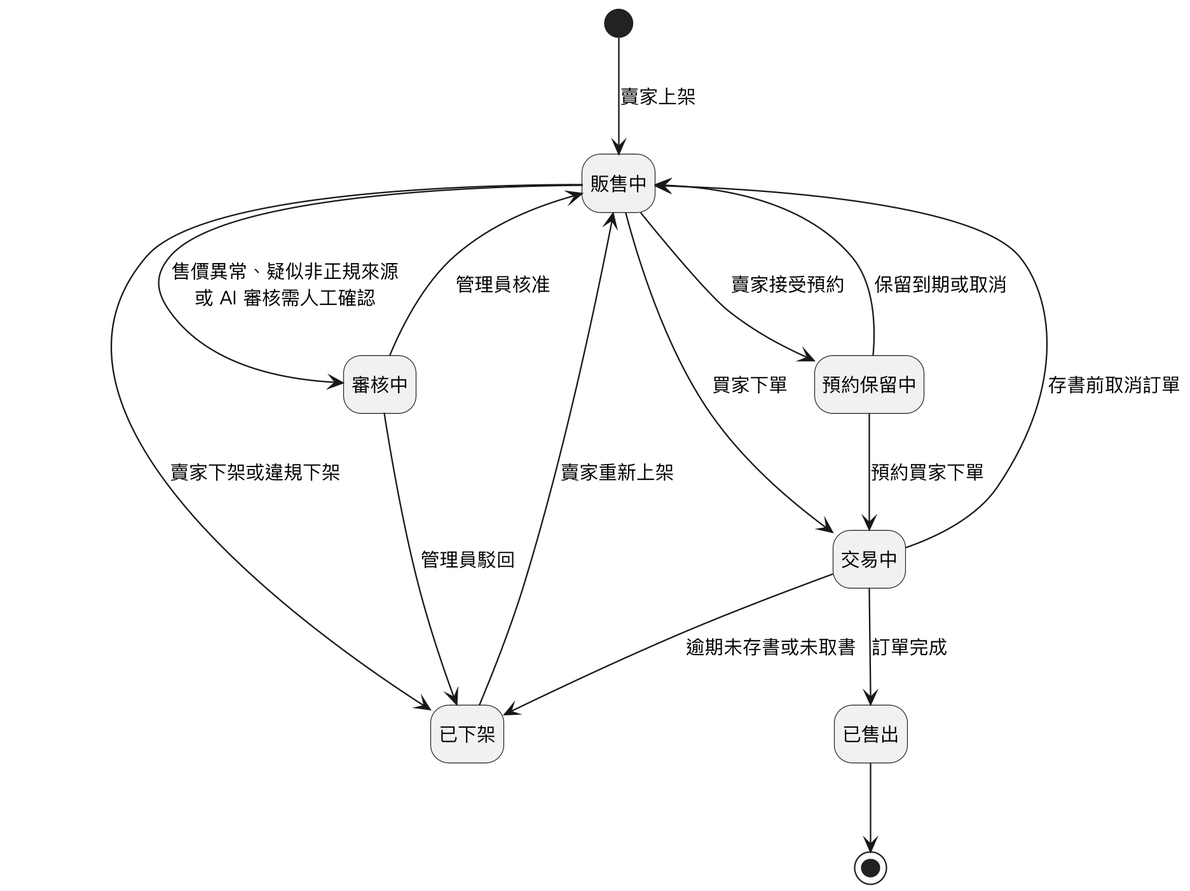
Earlier version of the PlantUML export Diagrams/State Machine/v3/state_books.png (SaveMyBook/SaveMyBook).
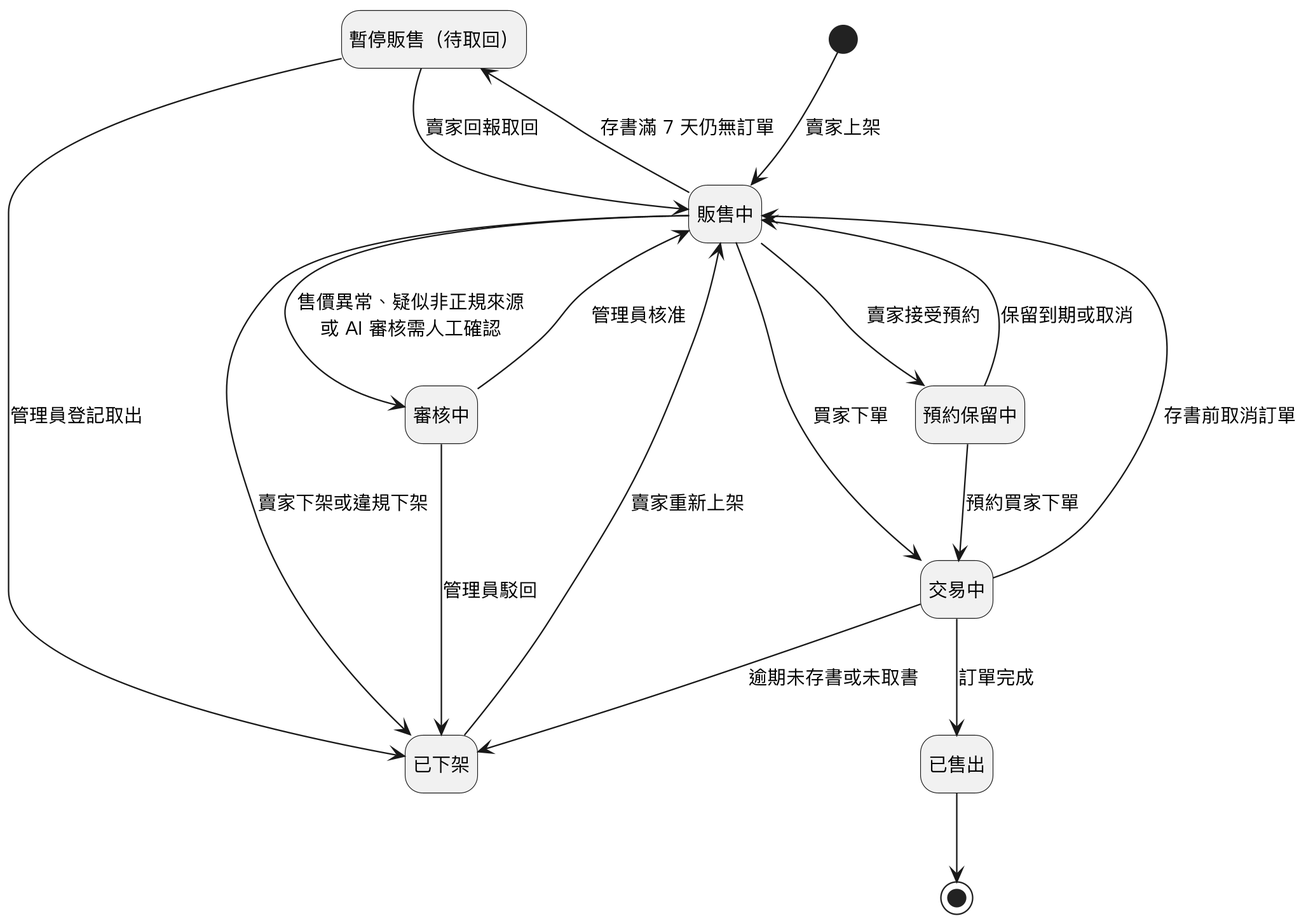
After the change.

Change to the diagram source:
```diff
@@ -5,6 +5,8 @@
 skinparam defaultFontName "PingFang TC"
 skinparam defaultFontSize 13
 hide empty description
+
+state "暫停販售（待取回）" as 暫停販售
 
 [*] --> 販售中 : 賣家上架
 審核中 --> 販售中 : 管理員核准
@@ -18,6 +20,9 @@
 交易中 --> 販售中 : 存書前取消訂單
 交易中 --> 已下架 : 逾期未存書或未取書
 販售中 --> 已下架 : 賣家下架或違規下架
+販售中 --> 暫停販售 : 存書滿 7 天仍無訂單
+暫停販售 --> 販售中 : 賣家回報取回
+暫停販售 --> 已下架 : 管理員登記取出
 已下架 --> 販售中 : 賣家重新上架
 已售出 --> [*]
 @enduml
```
